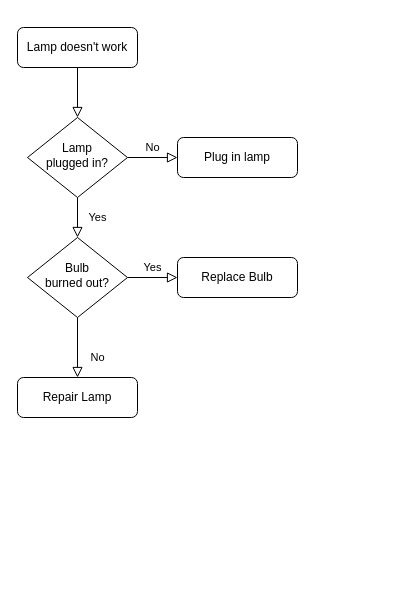
This is 11.drawio from jackey21212/Python-100-Days, a draw.io file, before an edit. Source tidied: cells renumbered, new cells numbered last; positions are measured from the earlier drawing's top-left corner, leaving out a move shared by most shapes. Both pictures are drawn from the tidied source at 100%, with x=0, y=0 at pixel (17, 27).
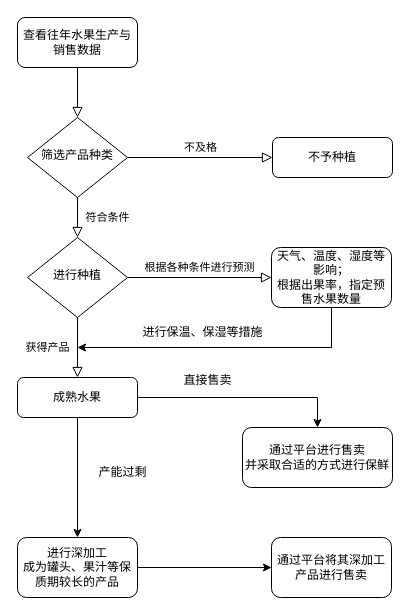
After the change.

The edit, as a diff of the source:
```diff
@@
-    <mxCell id="3" value="Lamp doesn't work" style="rounded=1;whiteSpace=wrap;html=1;fontSize=12;glass=0;strokeWidth=1;shadow=0;" parent="1" vertex="1">
-      <mxGeometry width="120" height="40" as="geometry" />
+    <mxCell id="3" value="查看往年水果生产与销售数据" style="rounded=1;whiteSpace=wrap;html=1;fontSize=12;glass=0;strokeWidth=1;shadow=0;" parent="1" vertex="1">
+      <mxGeometry y="-10" width="120" height="50" as="geometry" />
     </mxCell>
-    <mxCell id="4" value="Yes" style="rounded=0;html=1;jettySize=auto;fontSize=11;endArrow=block;endFill=0;endSize=8;strokeWidth=1;shadow=0;labelBackgroundColor=none;edgeStyle=orthogonalEdgeStyle;" parent="1" edge="1" source="6" target="10">
-      <mxGeometry y="20" relative="1" as="geometry" />
+    <mxCell id="4" value="符合条件" style="rounded=0;html=1;jettySize=auto;fontSize=11;endArrow=block;endFill=0;endSize=8;strokeWidth=1;shadow=0;labelBackgroundColor=none;edgeStyle=orthogonalEdgeStyle;" parent="1" edge="1" source="6" target="10">
+      <mxGeometry y="30" relative="1" as="geometry" />
     </mxCell>
-    <mxCell id="5" value="No" style="edgeStyle=orthogonalEdgeStyle;rounded=0;html=1;jettySize=auto;fontSize=11;endArrow=block;endFill=0;endSize=8;strokeWidth=1;shadow=0;labelBackgroundColor=none;" parent="1" edge="1" source="6" target="7">
+    <mxCell id="5" value="不及格" style="edgeStyle=orthogonalEdgeStyle;rounded=0;html=1;jettySize=auto;fontSize=11;endArrow=block;endFill=0;endSize=8;strokeWidth=1;shadow=0;labelBackgroundColor=none;" parent="1" edge="1" source="6" target="7">
       <mxGeometry y="10" relative="1" as="geometry" />
     </mxCell>
-    <mxCell id="6" value="Lamp&lt;br&gt;plugged in?" style="rhombus;whiteSpace=wrap;html=1;shadow=0;fontFamily=Helvetica;fontSize=12;align=center;strokeWidth=1;spacing=6;spacingTop=-4;" parent="1" vertex="1">
+    <mxCell id="6" value="筛选产品种类" style="rhombus;whiteSpace=wrap;html=1;shadow=0;fontFamily=Helvetica;fontSize=12;align=center;strokeWidth=1;spacing=6;spacingTop=-4;" parent="1" vertex="1">
       <mxGeometry x="10" y="90" width="100" height="80" as="geometry" />
     </mxCell>
-    <mxCell id="7" value="Plug in lamp" style="rounded=1;whiteSpace=wrap;html=1;fontSize=12;glass=0;strokeWidth=1;shadow=0;" parent="1" vertex="1">
-      <mxGeometry x="160" y="110" width="120" height="40" as="geometry" />
+    <mxCell id="7" value="不予种植" style="rounded=1;whiteSpace=wrap;html=1;fontSize=12;glass=0;strokeWidth=1;shadow=0;" parent="1" vertex="1">
+      <mxGeometry x="255" y="110" width="120" height="40" as="geometry" />
     </mxCell>
-    <mxCell id="8" value="No" style="rounded=0;html=1;jettySize=auto;fontSize=11;endArrow=block;endFill=0;endSize=8;strokeWidth=1;shadow=0;labelBackgroundColor=none;edgeStyle=orthogonalEdgeStyle;" parent="1" edge="1" source="10" target="11">
-      <mxGeometry x="0.33" y="20" relative="1" as="geometry" />
+    <mxCell id="8" value="获得产品" style="rounded=0;html=1;jettySize=auto;fontSize=11;endArrow=block;endFill=0;endSize=8;strokeWidth=1;shadow=0;labelBackgroundColor=none;edgeStyle=orthogonalEdgeStyle;" parent="1" edge="1" source="10" target="11">
+      <mxGeometry y="-30" relative="1" as="geometry" />
     </mxCell>
-    <mxCell id="9" value="Yes" style="edgeStyle=orthogonalEdgeStyle;rounded=0;html=1;jettySize=auto;fontSize=11;endArrow=block;endFill=0;endSize=8;strokeWidth=1;shadow=0;labelBackgroundColor=none;" parent="1" edge="1" source="10" target="12">
+    <mxCell id="9" value="根据各种条件进行预测" style="edgeStyle=orthogonalEdgeStyle;rounded=0;html=1;jettySize=auto;fontSize=11;endArrow=block;endFill=0;endSize=8;strokeWidth=1;shadow=0;labelBackgroundColor=none;" parent="1" edge="1" source="10" target="12">
       <mxGeometry y="10" relative="1" as="geometry" />
     </mxCell>
-    <mxCell id="10" value="Bulb&lt;br&gt;burned out?" style="rhombus;whiteSpace=wrap;html=1;shadow=0;fontFamily=Helvetica;fontSize=12;align=center;strokeWidth=1;spacing=6;spacingTop=-4;" parent="1" vertex="1">
+    <mxCell id="10" value="进行种植" style="rhombus;whiteSpace=wrap;html=1;shadow=0;fontFamily=Helvetica;fontSize=12;align=center;strokeWidth=1;spacing=6;spacingTop=-4;" parent="1" vertex="1">
       <mxGeometry x="10" y="210" width="100" height="80" as="geometry" />
     </mxCell>
+    <mxCell id="13" style="edgeStyle=orthogonalEdgeStyle;rounded=0;jettySize=auto;html=1;" parent="1" edge="1" source="11" target="17">
+      <mxGeometry relative="1" as="geometry" />
+    </mxCell>
+    <mxCell id="14" style="edgeStyle=orthogonalEdgeStyle;rounded=0;jettySize=auto;html=1;" parent="1" edge="1" source="11" target="19">
+      <mxGeometry relative="1" as="geometry" />
+    </mxCell>
-    <mxCell id="11" value="Repair Lamp" style="rounded=1;whiteSpace=wrap;html=1;fontSize=12;glass=0;strokeWidth=1;shadow=0;" parent="1" vertex="1">
+    <mxCell id="11" value="成熟水果" style="rounded=1;whiteSpace=wrap;html=1;fontSize=12;glass=0;strokeWidth=1;shadow=0;" parent="1" vertex="1">
       <mxGeometry y="350" width="120" height="40" as="geometry" />
     </mxCell>
+    <mxCell id="15" style="edgeStyle=orthogonalEdgeStyle;rounded=0;jettySize=auto;html=1;" parent="1" edge="1" source="12">
+      <mxGeometry relative="1" as="geometry">
+        <mxPoint x="60" y="320" as="targetPoint" />
+        <Array as="points">
+          <mxPoint x="314" y="320" />
+        </Array>
+      </mxGeometry>
+    </mxCell>
-    <mxCell id="12" value="Replace Bulb" style="rounded=1;whiteSpace=wrap;html=1;fontSize=12;glass=0;strokeWidth=1;shadow=0;" parent="1" vertex="1">
-      <mxGeometry x="160" y="230" width="120" height="40" as="geometry" />
+    <mxCell id="12" value="天气、温度、湿度等影响；&lt;br&gt;根据出果率，指定预售水果数量" style="rounded=1;whiteSpace=wrap;html=1;fontSize=12;glass=0;strokeWidth=1;shadow=0;" parent="1" vertex="1">
+      <mxGeometry x="254" y="220" width="120" height="60" as="geometry" />
     </mxCell>
+    <mxCell id="16" value="进行保温、保湿等措施" style="text;html=1;align=center;verticalAlign=middle;strokeColor=none;fillColor=none;" parent="1" vertex="1">
+      <mxGeometry x="115" y="290" width="140" height="30" as="geometry" />
+    </mxCell>
+    <mxCell id="17" value="通过平台进行售卖&lt;br&gt;并采取合适的方式进行保鲜" style="whiteSpace=wrap;html=1;rounded=1;glass=0;strokeWidth=1;shadow=0;" parent="1" vertex="1">
+      <mxGeometry x="225" y="400" width="150" height="60" as="geometry" />
+    </mxCell>
+    <mxCell id="18" style="edgeStyle=orthogonalEdgeStyle;rounded=0;jettySize=auto;html=1;" parent="1" edge="1" source="19" target="20">
+      <mxGeometry relative="1" as="geometry" />
+    </mxCell>
+    <mxCell id="19" value="进行深加工&lt;br&gt;成为罐头、果汁等保质期较长的产品" style="whiteSpace=wrap;html=1;rounded=1;glass=0;strokeWidth=1;shadow=0;" parent="1" vertex="1">
+      <mxGeometry y="510" width="120" height="60" as="geometry" />
+    </mxCell>
+    <mxCell id="20" value="通过平台将其深加工产品进行售卖" style="whiteSpace=wrap;html=1;rounded=1;glass=0;strokeWidth=1;shadow=0;" parent="1" vertex="1">
+      <mxGeometry x="254" y="510" width="120" height="60" as="geometry" />
+    </mxCell>
+    <mxCell id="21" value="直接售卖" style="text;html=1;align=center;verticalAlign=middle;strokeColor=none;fillColor=none;" parent="1" vertex="1">
+      <mxGeometry x="155" y="338" width="70" height="30" as="geometry" />
+    </mxCell>
+    <mxCell id="22" value="产能过剩" style="text;html=1;align=center;verticalAlign=middle;strokeColor=none;fillColor=none;" parent="1" vertex="1">
+      <mxGeometry x="70" y="430" width="70" height="30" as="geometry" />
+    </mxCell>
```
